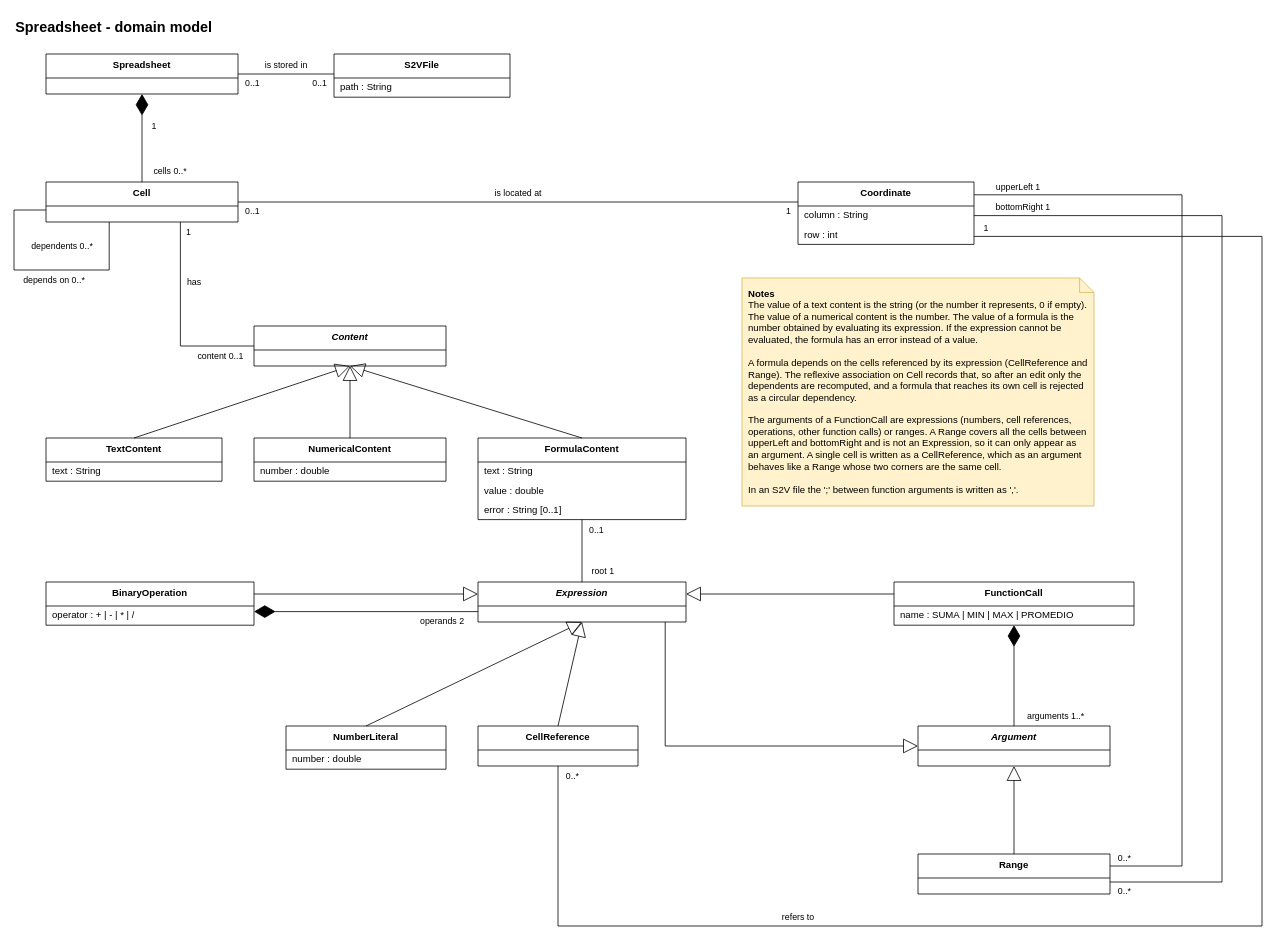
kamanfung-upc/softeng-project keeps this draw.io diagram as docs/domain-model.drawio. Above is the earlier version. Source tidied: cells renumbered, new cells numbered last; positions are measured from the earlier drawing's top-left corner, leaving out a move shared by most shapes. Both pictures are drawn from the tidied source at 80%, with x=0, y=0 at pixel (14, 14).
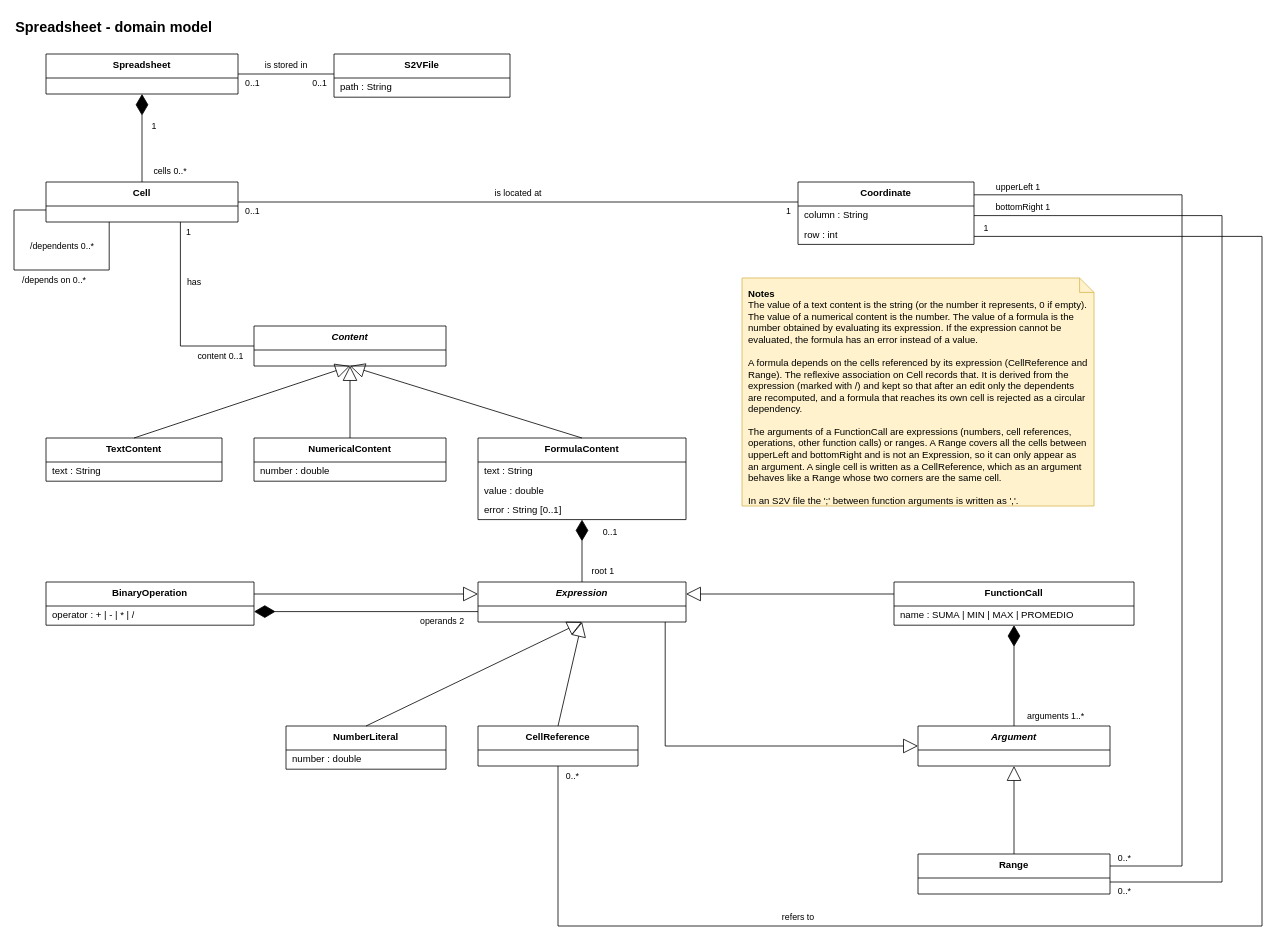
The same diagram, later.

Commit message (it also covers changes not shown here):
docs: unify formula error rules in Process formula and fix diagram notation

Unchanged cells that the change refers to:
```xml
<mxCell id="15" value="FormulaContent" style="swimlane;fontStyle=1;align=center;verticalAlign=top;horizontal=1;startSize=30;html=1;whiteSpace=wrap;" parent="1" vertex="1">
  <mxGeometry x="580" y="530" width="260" height="102" as="geometry" />
</mxCell>
<mxCell id="19" value="&lt;i&gt;Expression&lt;/i&gt;" style="swimlane;fontStyle=1;align=center;verticalAlign=top;horizontal=1;startSize=30;html=1;whiteSpace=wrap;" parent="1" vertex="1">
  <mxGeometry x="580" y="710" width="260" height="50" as="geometry" />
</mxCell>
```

The edit, as a diff of the source:
```diff
@@
-    <mxCell id="45" value="dependents 0..*" style="text;html=1;strokeColor=none;fillColor=none;align=center;verticalAlign=middle;fontSize=11;" parent="1" vertex="1">
+    <mxCell id="45" value="/dependents 0..*" style="text;html=1;strokeColor=none;fillColor=none;align=center;verticalAlign=middle;fontSize=11;" parent="1" vertex="1">
       <mxGeometry x="10" y="282" width="100" height="16" as="geometry" />
     </mxCell>
-    <mxCell id="46" value="depends on 0..*" style="text;html=1;strokeColor=none;fillColor=none;align=center;verticalAlign=middle;fontSize=11;" parent="1" vertex="1">
+    <mxCell id="46" value="/depends on 0..*" style="text;html=1;strokeColor=none;fillColor=none;align=center;verticalAlign=middle;fontSize=11;" parent="1" vertex="1">
       <mxGeometry y="325" width="100" height="16" as="geometry" />
     </mxCell>
@@
-    <mxCell id="50" style="endArrow=none;html=1;rounded=0;exitX=0.5;exitY=1.0;exitDx=0;exitDy=0;entryX=0.5;entryY=0.0;entryDx=0;entryDy=0;" parent="1" edge="1" source="15" target="19">
+    <mxCell id="50" style="endArrow=none;startArrow=diamondThin;startFill=1;startSize=24;html=1;rounded=0;exitX=0.5;exitY=1.0;exitDx=0;exitDy=0;entryX=0.5;entryY=0.0;entryDx=0;entryDy=0;" parent="1" edge="1" source="15" target="19">
       <mxGeometry relative="1" as="geometry" />
     </mxCell>
     <mxCell id="51" value="0..1" style="text;html=1;strokeColor=none;fillColor=none;align=center;verticalAlign=middle;fontSize=11;" parent="1" vertex="1">
-      <mxGeometry x="713" y="637" width="30" height="16" as="geometry" />
+      <mxGeometry x="730" y="640" width="30" height="16" as="geometry" />
     </mxCell>
@@
-    <mxCell id="73" value="&lt;b&gt;Notes&lt;/b&gt;&lt;br&gt;The value of a text content is the string (or the number it represents, 0 if empty). The value of a numerical content is the number. The value of a formula is the number obtained by evaluating its expression. If the expression cannot be evaluated, the formula has an error instead of a value.&lt;br&gt;&lt;br&gt;A formula depends on the cells referenced by its expression (CellReference and Range). The reflexive association on Cell records that, so after an edit only the dependents are recomputed, and a formula that reaches its own cell is rejected as a circular dependency.&lt;br&gt;&lt;br&gt;The arguments of a FunctionCall are expressions (numbers, cell references, operations, other function calls) or ranges. A Range covers all the cells between upperLeft and bottomRight and is not an Expression, so it can only appear as an argument. A single cell is written as a CellReference, which as an argument behaves like a Range whose two corners are the same cell.&lt;br&gt;&lt;br&gt;In an S2V file the ';' between function arguments is written as ','." style="shape=note;whiteSpace=wrap;html=1;align=left;verticalAlign=top;spacing=8;size=18;fillColor=#fff2cc;strokeColor=#d6b656;" parent="1" vertex="1">
+    <mxCell id="73" value="&lt;b&gt;Notes&lt;/b&gt;&lt;br&gt;The value of a text content is the string (or the number it represents, 0 if empty). The value of a numerical content is the number. The value of a formula is the number obtained by evaluating its expression. If the expression cannot be evaluated, the formula has an error instead of a value.&lt;br&gt;&lt;br&gt;A formula depends on the cells referenced by its expression (CellReference and Range). The reflexive association on Cell records that. It is derived from the expression (marked with /) and kept so that after an edit only the dependents are recomputed, and a formula that reaches its own cell is rejected as a circular dependency.&lt;br&gt;&lt;br&gt;The arguments of a FunctionCall are expressions (numbers, cell references, operations, other function calls) or ranges. A Range covers all the cells between upperLeft and bottomRight and is not an Expression, so it can only appear as an argument. A single cell is written as a CellReference, which as an argument behaves like a Range whose two corners are the same cell.&lt;br&gt;&lt;br&gt;In an S2V file the ';' between function arguments is written as ','." style="shape=note;whiteSpace=wrap;html=1;align=left;verticalAlign=top;spacing=8;size=18;fillColor=#fff2cc;strokeColor=#d6b656;" parent="1" vertex="1">
       <mxGeometry x="910" y="330" width="440" height="285" as="geometry" />
     </mxCell>
```
